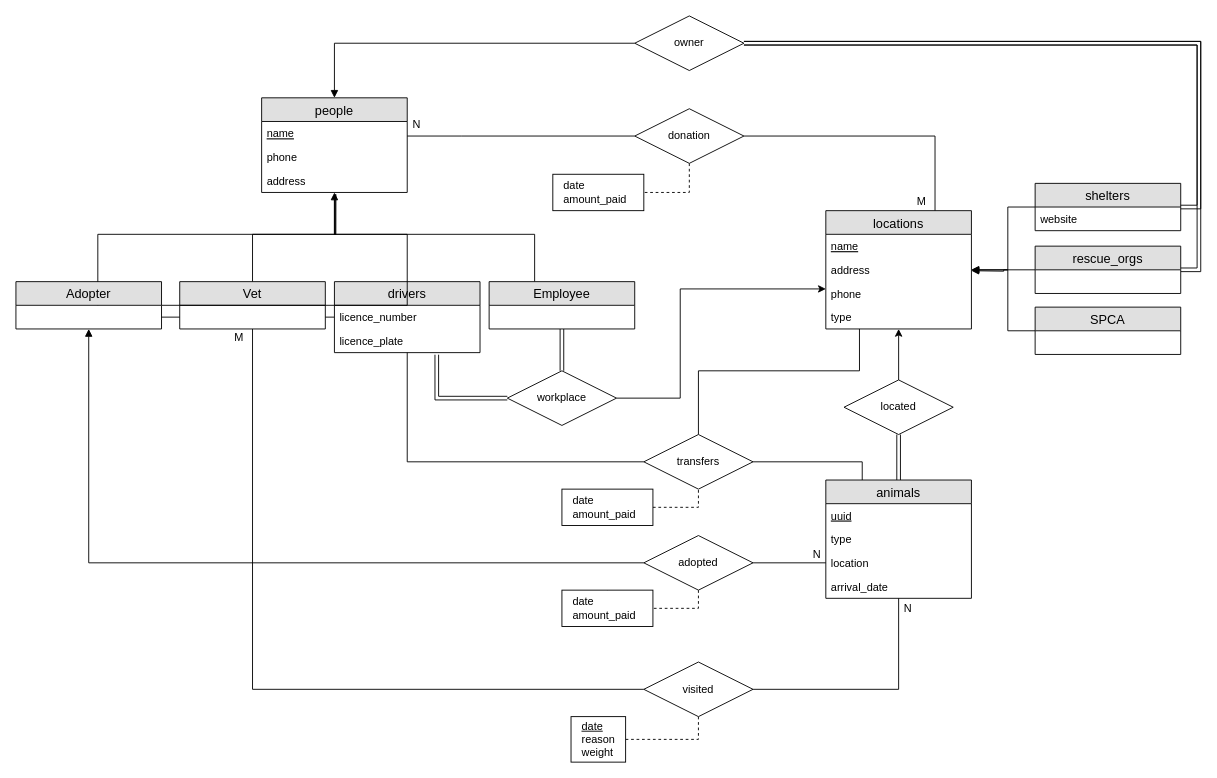
Above: ER Diagram 2.drawio in LoganRoth/ShelterDB (draw.io), before the change. Source tidied: cells renumbered, new cells numbered last; positions are measured from the earlier drawing's top-left corner, leaving out a move shared by most shapes. Both pictures are drawn from the tidied source at 91%, with x=0, y=0 at pixel (15, 15).
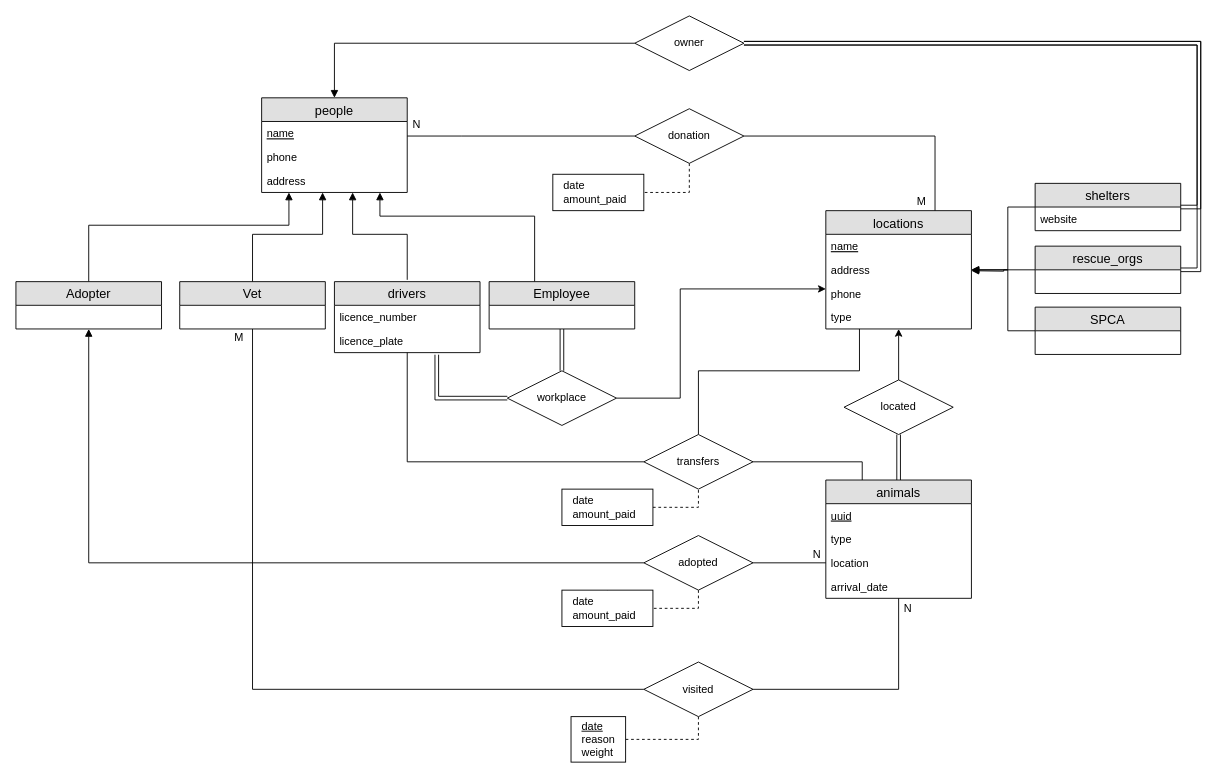
The same diagram, later.

Commit message (it also covers changes not shown here):
fixing specialization with people

Unchanged cells that the change refers to:
```xml
<mxCell id="5" value="address" style="text;strokeColor=none;fillColor=none;spacingLeft=4;spacingRight=4;overflow=hidden;points=[[0,0.5],[1,0.5]];portConstraint=eastwest;fontSize=12;" parent="2" vertex="1">
  <mxGeometry y="78" width="160" height="26" as="geometry" />
</mxCell>
<mxCell id="7" value="drivers" style="swimlane;fontStyle=0;horizontal=1;startSize=26;fillColor=#e0e0e0;swimlaneFillColor=#ffffff;align=center;fontSize=14;" parent="1" vertex="1">
  <mxGeometry x="350" y="292" width="160" height="78" as="geometry" />
</mxCell>
<mxCell id="61" value="Vet" style="swimlane;fontStyle=0;horizontal=1;startSize=26;fillColor=#e0e0e0;swimlaneFillColor=#ffffff;align=center;fontSize=14;" parent="1" vertex="1">
  <mxGeometry x="180" y="292" width="160" height="52" as="geometry" />
</mxCell>
<mxCell id="63" value="Adopter" style="swimlane;fontStyle=0;horizontal=1;startSize=26;fillColor=#e0e0e0;swimlaneFillColor=#ffffff;align=center;fontSize=14;" parent="1" vertex="1">
  <mxGeometry y="292" width="160" height="52" as="geometry" />
</mxCell>
```

Change to the diagram source:
```diff
@@
-    <mxCell id="6" style="edgeStyle=orthogonalEdgeStyle;rounded=0;jettySize=auto;html=1;entryX=0.509;entryY=1.093;entryDx=0;entryDy=0;entryPerimeter=0;endArrow=none;endFill=0;" parent="1" edge="1" source="7" target="5">
+    <mxCell id="6" style="edgeStyle=orthogonalEdgeStyle;rounded=0;jettySize=auto;html=1;endArrow=block;endFill=1;exitX=0.5;exitY=0;exitDx=0;exitDy=0;" parent="1" edge="1" source="63">
       <mxGeometry relative="1" as="geometry">
+        <mxPoint x="300" y="194" as="targetPoint" />
         <Array as="points">
-          <mxPoint x="90" y="240" />
-          <mxPoint x="351" y="240" />
+          <mxPoint x="80" y="230" />
+          <mxPoint x="300" y="230" />
         </Array>
       </mxGeometry>
     </mxCell>
@@
-    <mxCell id="26" style="edgeStyle=orthogonalEdgeStyle;rounded=0;jettySize=auto;html=1;startArrow=none;startFill=0;endArrow=block;endFill=1;" parent="1" edge="1" target="5">
+    <mxCell id="26" style="edgeStyle=orthogonalEdgeStyle;rounded=0;orthogonalLoop=1;jettySize=auto;html=1;startArrow=none;startFill=0;endArrow=block;endFill=1;" parent="1" edge="1">
       <mxGeometry relative="1" as="geometry">
         <mxPoint x="570" y="292" as="sourcePoint" />
+        <mxPoint x="400" y="194" as="targetPoint" />
         <Array as="points">
-          <mxPoint x="570" y="240" />
-          <mxPoint x="350" y="240" />
+          <mxPoint x="570" y="220" />
+          <mxPoint x="400" y="220" />
+          <mxPoint x="400" y="194" />
         </Array>
       </mxGeometry>
     </mxCell>
@@
-    <mxCell id="60" style="edgeStyle=orthogonalEdgeStyle;rounded=0;jettySize=auto;html=1;entryX=0.509;entryY=1.066;entryDx=0;entryDy=0;entryPerimeter=0;endArrow=none;endFill=0;" parent="1" edge="1" source="61" target="5">
+    <mxCell id="60" style="edgeStyle=orthogonalEdgeStyle;rounded=0;jettySize=auto;html=1;endArrow=block;endFill=1;" parent="1" edge="1" source="61" target="5">
       <mxGeometry relative="1" as="geometry">
         <Array as="points">
           <mxPoint x="260" y="240" />
-          <mxPoint x="351" y="240" />
+          <mxPoint x="337" y="240" />
         </Array>
       </mxGeometry>
     </mxCell>
@@
-    <mxCell id="62" style="edgeStyle=orthogonalEdgeStyle;rounded=0;jettySize=auto;html=1;endArrow=none;endFill=0;" parent="1" edge="1" source="63">
+    <mxCell id="62" style="edgeStyle=orthogonalEdgeStyle;rounded=0;jettySize=auto;html=1;endArrow=block;endFill=1;" parent="1" edge="1" target="5">
       <mxGeometry relative="1" as="geometry">
-        <mxPoint x="350" y="200" as="targetPoint" />
+        <mxPoint x="430" y="290" as="sourcePoint" />
         <Array as="points">
           <mxPoint x="430" y="240" />
-          <mxPoint x="350" y="240" />
+          <mxPoint x="370" y="240" />
         </Array>
       </mxGeometry>
     </mxCell>
```
